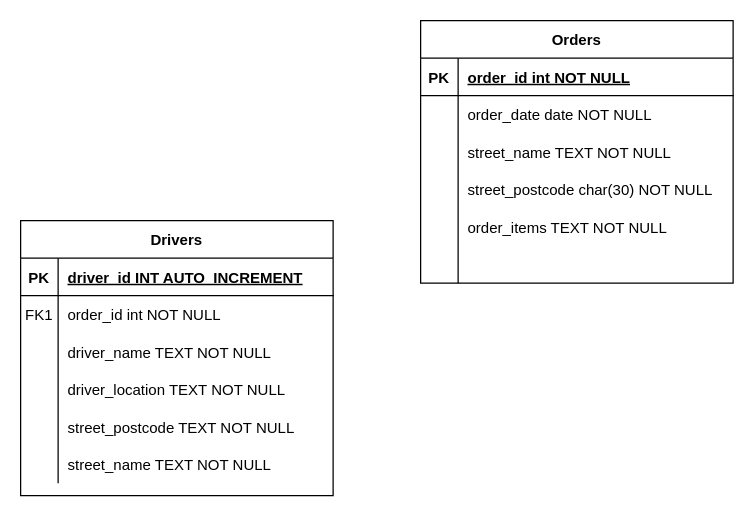
Earlier version of the draw.io diagram Qommon logistics ERD.drawio (JabKhan23/DeliverySystem). Source tidied: cells renumbered, new cells numbered last; positions are measured from the earlier drawing's top-left corner, leaving out a move shared by most shapes. Both pictures are drawn from the tidied source at 125%, with x=0, y=0 at pixel (20, 20).
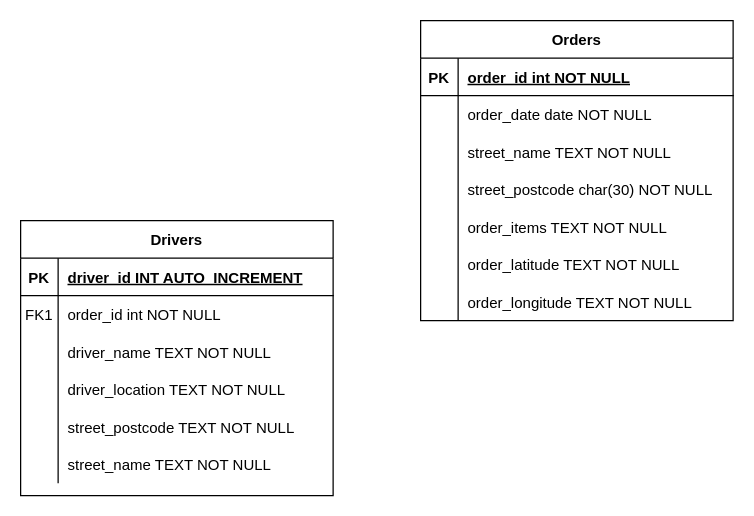
Above is the later version.

The change refers to these unchanged cells:
```xml
<mxCell id="18" style="shape=partialRectangle;fillColor=none;top=0;left=0;right=0;bottom=0;" parent="2" vertex="1">
  <mxGeometry y="180" width="250" height="30" as="geometry" />
</mxCell>
```

The edit, as a diff of the source:
```diff
@@
     <mxCell id="2" value="Orders" style="shape=table;startSize=30;childLayout=tableLayout;rowLines=0;fontStyle=1;align=center;" parent="1" vertex="1">
-      <mxGeometry x="320" width="250" height="210" as="geometry" />
+      <mxGeometry x="320" width="250" height="240" as="geometry" />
     </mxCell>
@@
-    <mxCell id="20" style="shape=partialRectangle;overflow=hidden;fillColor=none;top=0;left=0;bottom=0;right=0;align=left;spacingLeft=6;" parent="18" vertex="1">
+    <mxCell id="20" value="order_latitude TEXT NOT NULL" style="shape=partialRectangle;overflow=hidden;fillColor=none;top=0;left=0;bottom=0;right=0;align=left;spacingLeft=6;" parent="18" vertex="1">
       <mxGeometry x="30" width="220" height="30" as="geometry" />
     </mxCell>
+    <mxCell id="40" style="shape=partialRectangle;fillColor=none;top=0;left=0;right=0;bottom=0;" parent="2" vertex="1">
+      <mxGeometry y="210" width="250" height="30" as="geometry" />
+    </mxCell>
+    <mxCell id="41" style="shape=partialRectangle;overflow=hidden;fillColor=none;top=0;left=0;bottom=0;right=0;" parent="40" vertex="1">
+      <mxGeometry width="30" height="30" as="geometry" />
+    </mxCell>
+    <mxCell id="42" value="order_longitude TEXT NOT NULL" style="shape=partialRectangle;overflow=hidden;fillColor=none;top=0;left=0;bottom=0;right=0;align=left;spacingLeft=6;" parent="40" vertex="1">
+      <mxGeometry x="30" width="220" height="30" as="geometry" />
+    </mxCell>
```
